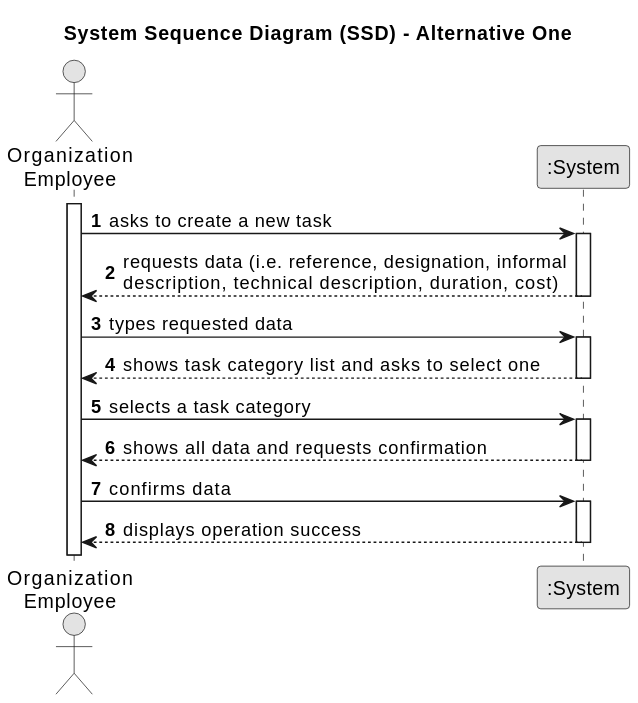
Earlier version of the PlantUML export docs/sprintA/us001/01.requirements-engineering/svg/us006-system-sequence-diagram-alternative-one.svg (1231360-ISEP/lei-24-s2-1db-g021).
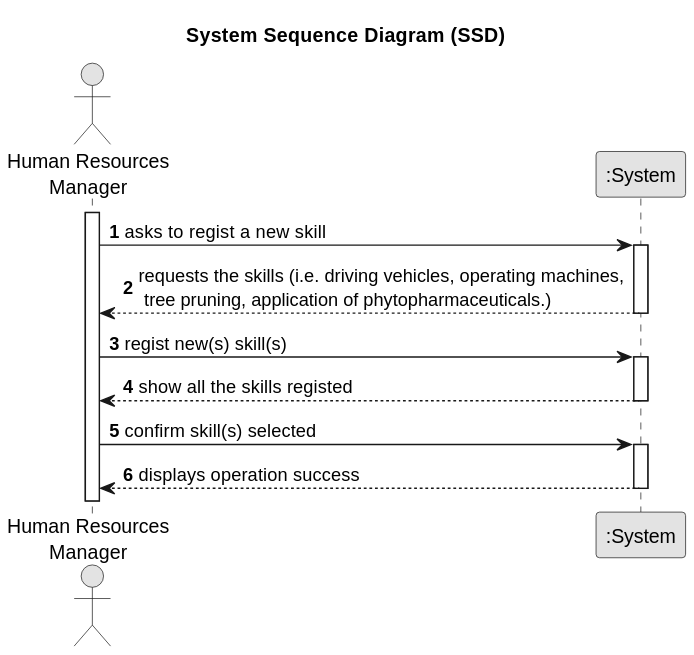
The same file after the commit.

Commit message:
Update the User Storie 1 SVG´s plant UML´S.

Diff of the diagram source:
```diff
@@ -3,36 +3,30 @@
 skinparam packageStyle rectangle
 skinparam shadowing false
 
-title System Sequence Diagram (SSD) - Alternative One
+title System Sequence Diagram (SSD)
 
 autonumber
 
-actor "Organization\nEmployee" as Employee
+actor "Human Resources\nManager" as HRM
 participant ":System" as System
 
-activate Employee
+activate HRM
 
-    Employee -> System : asks to create a new task
+    HRM -> System : asks to regist a new skill
     activate System
 
-        System --> Employee : requests data (i.e. reference, designation, informal\ndescription, technical description, duration, cost)
+        System --> HRM : requests the skills (i.e. driving vehicles, operating machines,\n tree pruning, application of phytopharmaceuticals.)
     deactivate System
 
-    Employee -> System : types requested data
+    HRM -> System : regist new(s) skill(s)
     activate System
 
-        System --> Employee : shows task category list and asks to select one
+        System --> HRM : show all the skills registed
     deactivate System
 
-    Employee -> System : selects a task category
+    HRM -> System : confirm skill(s) selected
     activate System
 
-        System --> Employee : shows all data and requests confirmation
-    deactivate System
-
-    Employee -> System : confirms data
-    activate System
-
-        System --> Employee : displays operation success
+        System --> HRM : displays operation success
     deactivate System
 @enduml
```
